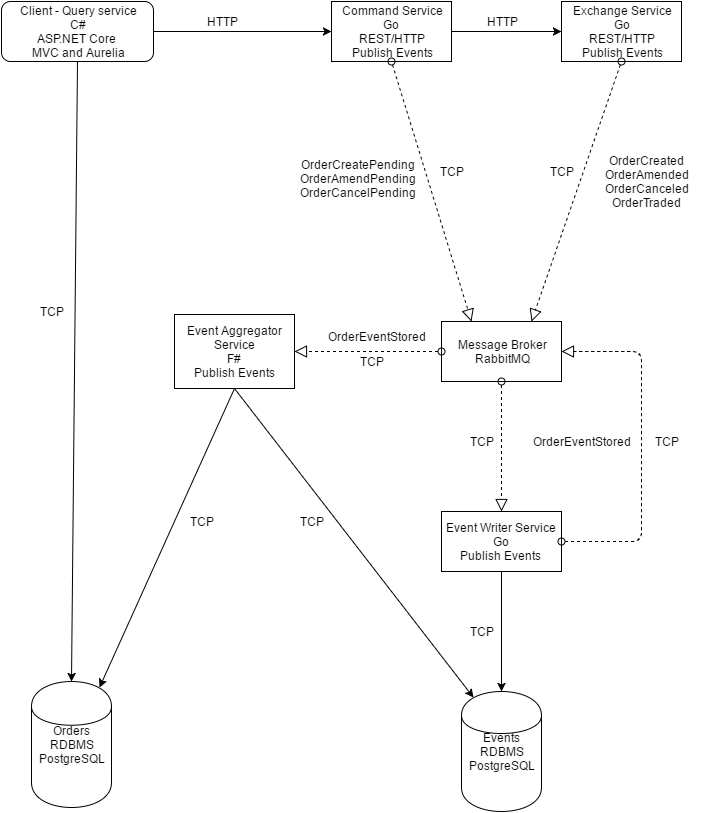
Earlier version of the draw.io export docs/arch/tradsim systems.png (tradsim/tradsim-arch). Source tidied: cells renumbered, new cells last; positions are measured from the earlier drawing's top-left corner, leaving out a move shared by most shapes.
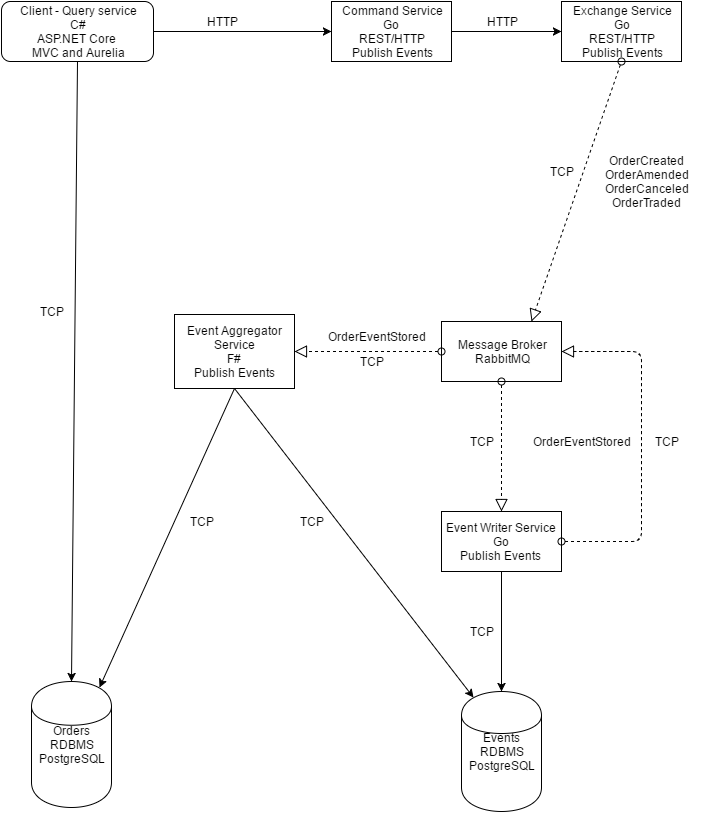
The same diagram one commit later.

Commit message:
removed unnecessary events

The edit, as a diff of the source:
```diff
@@ -41,12 +41,6 @@
     <mxCell id="14" value="OrderCreated&lt;div&gt;OrderAmended&lt;/div&gt;&lt;div&gt;OrderCanceled&lt;/div&gt;&lt;div&gt;OrderTraded&lt;/div&gt;" style="text;html=1;strokeColor=none;fillColor=none;align=center;verticalAlign=middle;whiteSpace=wrap;overflow=hidden;" parent="1" vertex="1">
       <mxGeometry x="590" y="145" width="110" height="70" as="geometry" />
     </mxCell>
-    <mxCell id="15" value="OrderCreatePending&lt;div&gt;OrderAmendPending&lt;/div&gt;&lt;div&gt;OrderCancelPending&lt;/div&gt;&lt;div&gt;&lt;br&gt;&lt;/div&gt;" style="text;html=1;strokeColor=none;fillColor=none;align=center;verticalAlign=middle;whiteSpace=wrap;overflow=hidden;" parent="1" vertex="1">
-      <mxGeometry x="293" y="155" width="125" height="50" as="geometry" />
-    </mxCell>
-    <mxCell id="16" style="startArrow=oval;startFill=0;startSize=7;endArrow=block;endFill=0;endSize=10;dashed=1;html=1;exitX=0.5;exitY=1;entryX=0.25;entryY=0;" parent="1" edge="1" source="5" target="12">
-      <mxGeometry x="580" y="200" as="geometry" />
-    </mxCell>
     <mxCell id="17" value="Event Writer S&lt;span style=&quot;line-height: 1.2&quot;&gt;ervice&lt;/span&gt;&lt;div&gt;Go&lt;/div&gt;&lt;div&gt;&lt;span&gt;Publish Events&lt;/span&gt;&lt;br&gt;&lt;/div&gt;" style="whiteSpace=wrap;html=1;" parent="1" vertex="1">
       <mxGeometry x="440" y="510" width="120" height="60" as="geometry" />
     </mxCell>
@@ -82,9 +76,6 @@
     <mxCell id="26" value="TCP" style="text;html=1;strokeColor=none;fillColor=none;align=center;verticalAlign=middle;whiteSpace=wrap;overflow=hidden;" parent="1" vertex="1">
       <mxGeometry x="350" y="350" width="40" height="20" as="geometry" />
     </mxCell>
-    <mxCell id="27" value="TCP" style="text;html=1;strokeColor=none;fillColor=none;align=center;verticalAlign=middle;whiteSpace=wrap;overflow=hidden;" parent="1" vertex="1">
-      <mxGeometry x="430" y="160" width="40" height="20" as="geometry" />
-    </mxCell>
     <mxCell id="28" value="TCP" style="text;html=1;strokeColor=none;fillColor=none;align=center;verticalAlign=middle;whiteSpace=wrap;overflow=hidden;" parent="1" vertex="1">
       <mxGeometry x="540" y="160" width="40" height="20" as="geometry" />
     </mxCell>
```
